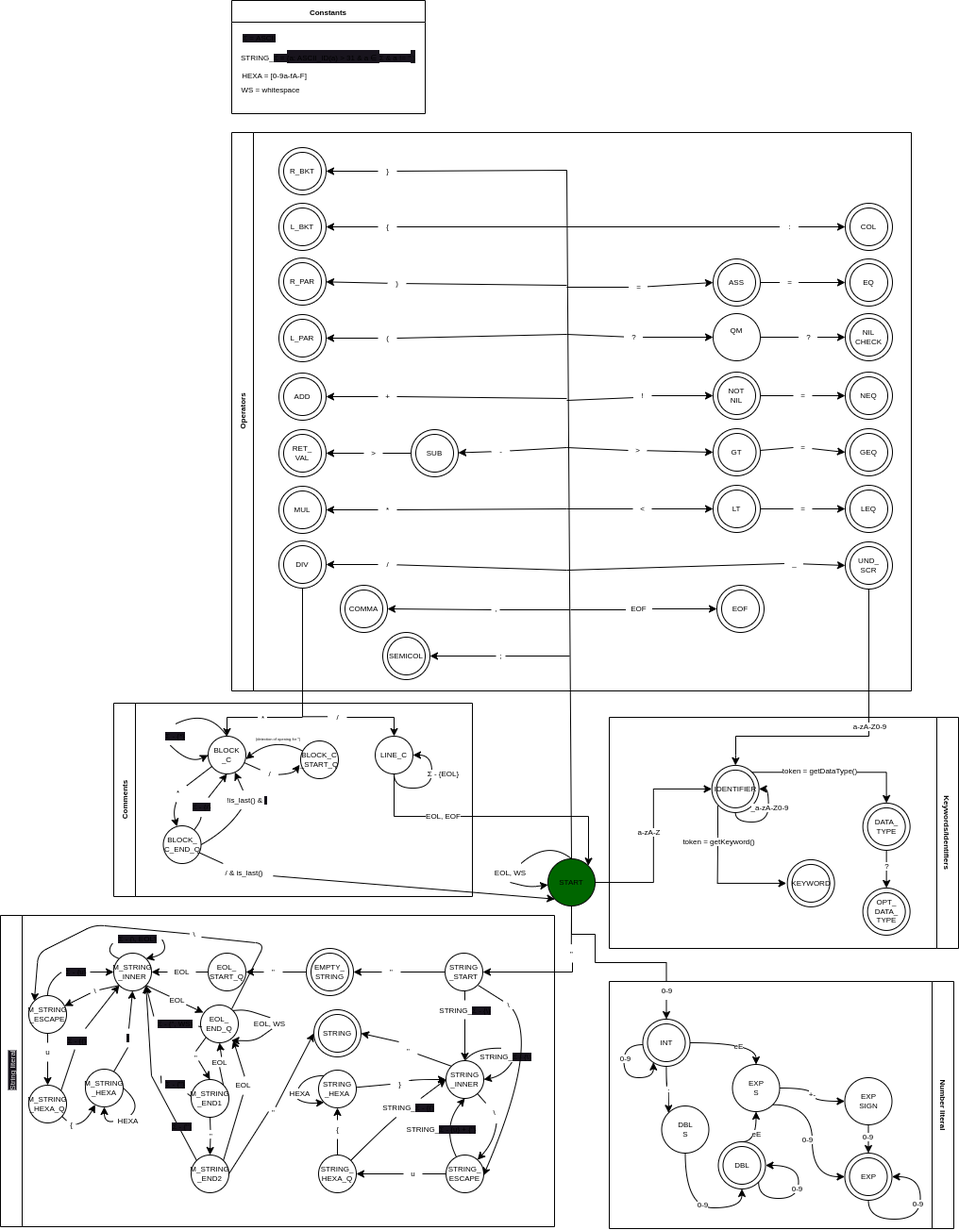
pomjak/IFJ23 keeps this draw.io diagram as doc/fsm_draft.drawio.png. Above is the earlier version. Source tidied: cells renumbered, new cells last; positions are measured from the earlier drawing's top-left corner, leaving out a move shared by most shapes.
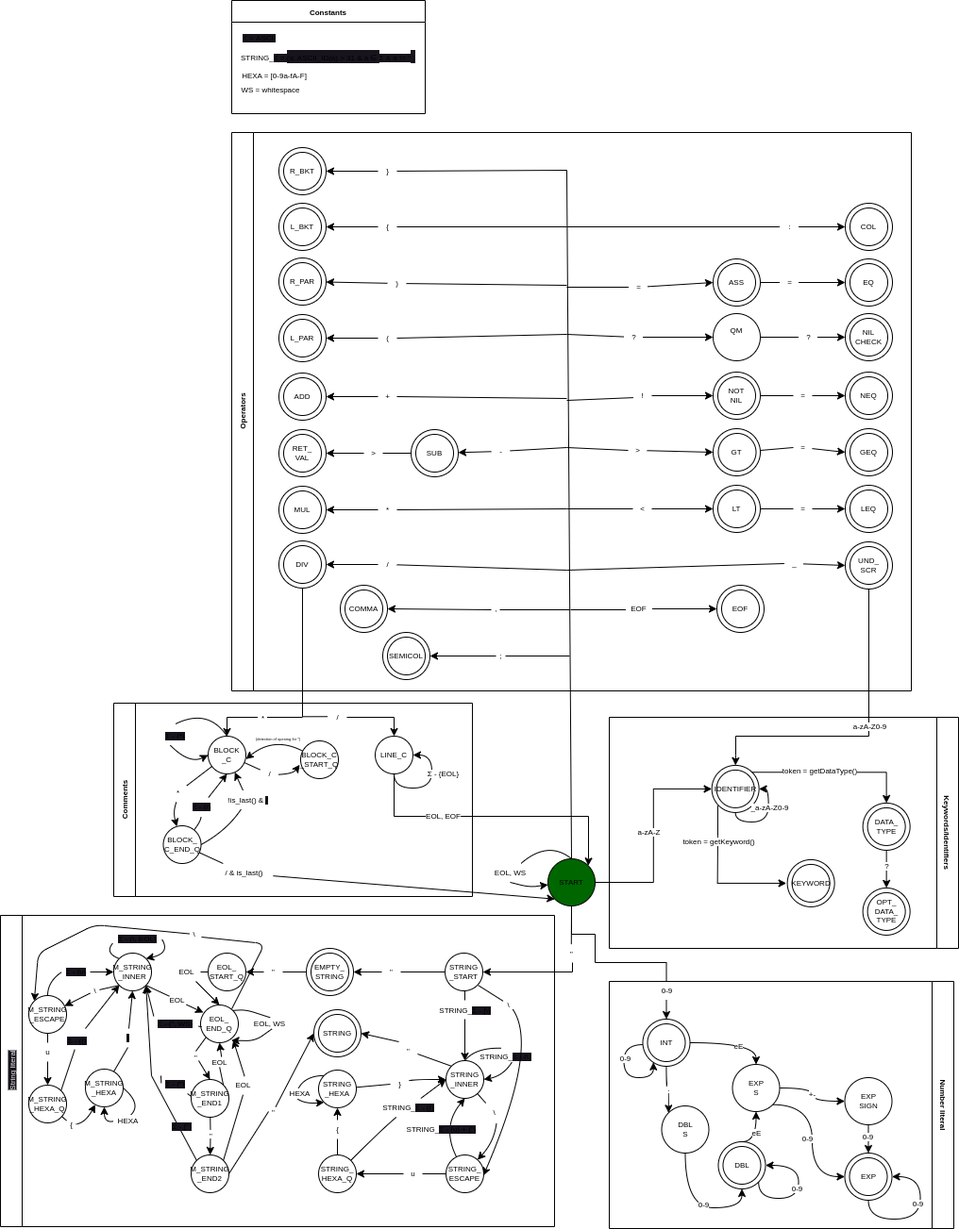
The same diagram one commit later.

Commit message:
edit fsm multilinestring

Change to the diagram source:
```diff
@@ -897,7 +897,7 @@
     <mxCell id="247" style="edgeStyle=none;curved=1;html=1;fontSize=8;endArrow=none;" parent="213" edge="1" source="215" target="246">
       <mxGeometry relative="1" as="geometry" />
     </mxCell>
-    <mxCell id="248" style="edgeStyle=none;curved=1;html=1;fontSize=8;startArrow=none;" parent="213" edge="1" source="256" target="255">
+    <mxCell id="248" style="edgeStyle=none;curved=1;html=1;fontSize=8;startArrow=none;entryX=0.5;entryY=0;entryDx=0;entryDy=0;" parent="213" edge="1" source="256" target="269">
       <mxGeometry relative="1" as="geometry" />
     </mxCell>
     <mxCell id="249" value="EOL_&lt;br&gt;START_Q" style="ellipse;whiteSpace=wrap;html=1;fontSize=8;spacing=-1;" parent="213" vertex="1">
@@ -922,7 +922,7 @@
       <mxGeometry x="120" y="40" width="40" height="40" as="geometry" />
     </mxCell>
     <mxCell id="256" value="EOL" style="text;html=1;align=center;verticalAlign=middle;points=[];strokeColor=none;fillColor=none;fontSize=8;spacing=0;spacingLeft=-2;spacingRight=-2;" parent="213" vertex="1">
-      <mxGeometry x="177" y="50" width="30" height="20" as="geometry" />
+      <mxGeometry x="182" y="50" width="30" height="20" as="geometry" />
     </mxCell>
     <mxCell id="257" style="edgeStyle=none;curved=1;html=1;fontSize=8;endArrow=none;" parent="213" edge="1" source="249" target="256">
       <mxGeometry relative="1" as="geometry" />
```
